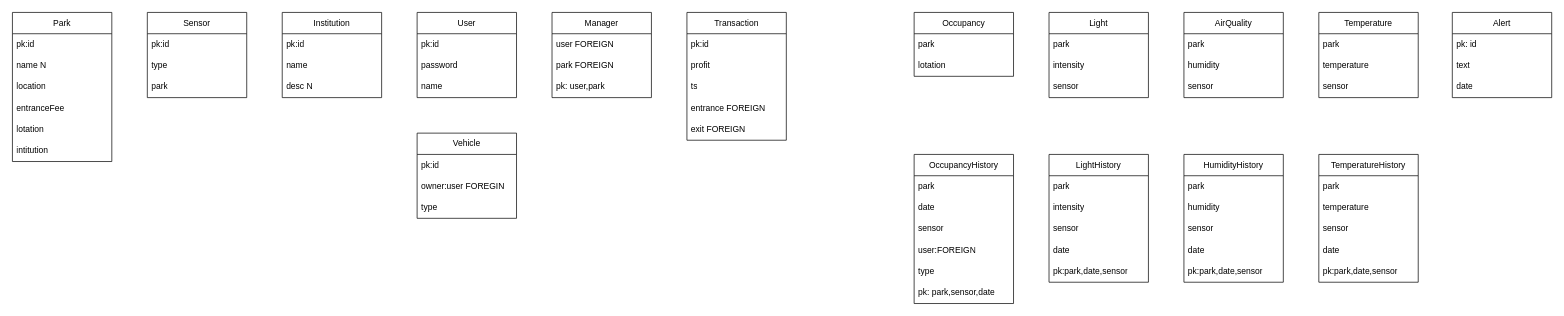
VicS18/ies-2023-snap-park keeps this draw.io diagram as Planning/DB/DM.drawio. Above is the earlier version. Source tidied: cells renumbered, new cells numbered last; positions are measured from the earlier drawing's top-left corner, leaving out a move shared by most shapes. Both pictures are drawn from the tidied source at 71%, with x=0, y=0 at pixel (12, 12).
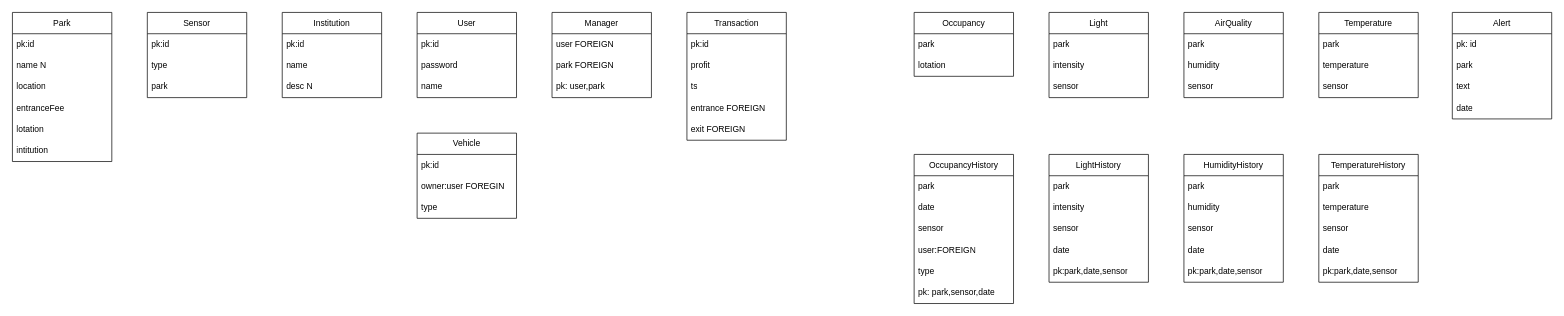
After the change.

What changed in the source:
```diff
@@
     <mxCell id="61" value="Alert" style="swimlane;fontStyle=0;horizontal=1;startSize=30;whiteSpace=wrap;html=1;" parent="1" vertex="1">
-      <mxGeometry x="2028" width="140" height="120" as="geometry" />
+      <mxGeometry x="2028" width="140" height="150" as="geometry" />
     </mxCell>
@@
+    <mxCell id="79" value="park" style="text;strokeColor=none;fillColor=none;align=left;verticalAlign=middle;spacingLeft=4;spacingRight=4;overflow=hidden;whiteSpace=wrap;html=1;" parent="61" vertex="1">
+      <mxGeometry y="60" width="140" height="30" as="geometry" />
+    </mxCell>
     <mxCell id="63" value="text" style="text;strokeColor=none;fillColor=none;align=left;verticalAlign=middle;spacingLeft=4;spacingRight=4;overflow=hidden;whiteSpace=wrap;html=1;" parent="61" vertex="1">
-      <mxGeometry y="60" width="140" height="30" as="geometry" />
+      <mxGeometry y="90" width="140" height="30" as="geometry" />
     </mxCell>
     <mxCell id="64" value="date" style="text;strokeColor=none;fillColor=none;align=left;verticalAlign=middle;spacingLeft=4;spacingRight=4;overflow=hidden;whiteSpace=wrap;html=1;" parent="61" vertex="1">
-      <mxGeometry y="90" width="140" height="30" as="geometry" />
+      <mxGeometry y="120" width="140" height="30" as="geometry" />
     </mxCell>
```
